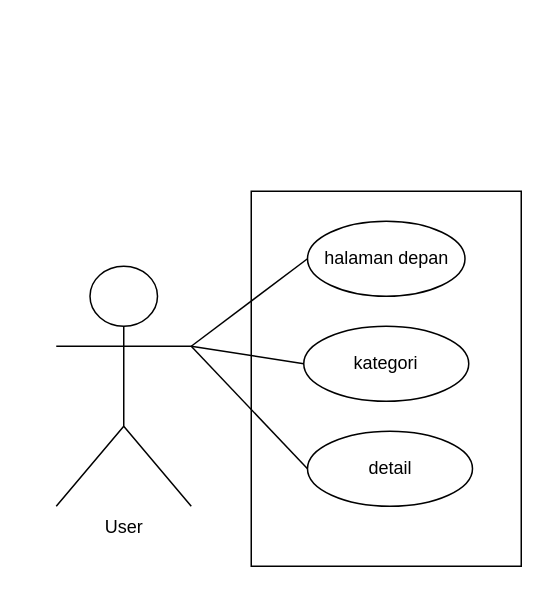
alficlanjr/Landing-page keeps this draw.io diagram as use-case.drawio. Above is the earlier version. Source tidied: cells renumbered, new cells numbered last; positions are measured from the earlier drawing's top-left corner, leaving out a move shared by most shapes. Both pictures are drawn from the tidied source at 150%, with x=0, y=0 at pixel (56, 190).
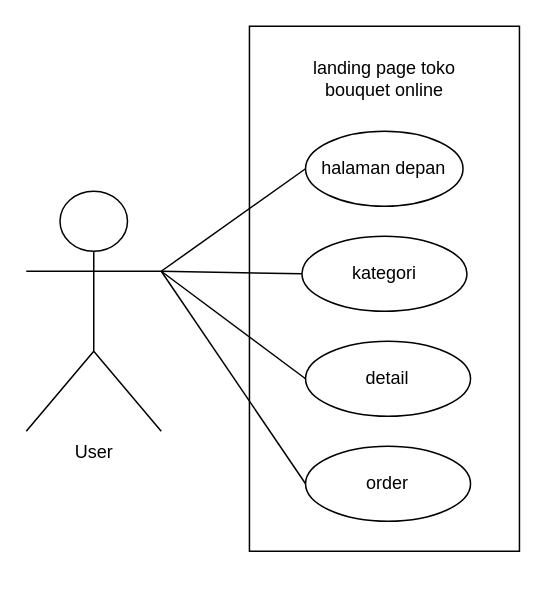
After the change.

What changed in the source:
```diff
@@
 <mxGraphModel>
   <root>
     <mxCell id="0" />
     <mxCell id="1" parent="0" />
     <mxCell id="2" value="User&lt;div&gt;&lt;br&gt;&lt;/div&gt;" style="shape=umlActor;verticalLabelPosition=bottom;verticalAlign=top;html=1;outlineConnect=0;" parent="1" vertex="1">
-      <mxGeometry y="50" width="90" height="160" as="geometry" />
+      <mxGeometry x="-20" width="90" height="160" as="geometry" />
     </mxCell>
     <mxCell id="3" style="rounded=0;whiteSpace=wrap;html=1;" parent="1" vertex="1">
-      <mxGeometry x="130" width="180" height="250" as="geometry" />
+      <mxGeometry x="128.8" y="-110" width="180" height="350" as="geometry" />
     </mxCell>
     <mxCell id="4" value="halaman depan" style="ellipse;whiteSpace=wrap;html=1;" parent="1" vertex="1">
-      <mxGeometry x="167.5" y="20" width="105" height="50" as="geometry" />
+      <mxGeometry x="166.2" y="-40" width="105" height="50" as="geometry" />
     </mxCell>
     <mxCell id="5" value="kategori" style="ellipse;whiteSpace=wrap;html=1;" parent="1" vertex="1">
-      <mxGeometry x="165" y="90" width="110" height="50" as="geometry" />
+      <mxGeometry x="163.8" y="30" width="110" height="50" as="geometry" />
     </mxCell>
     <mxCell id="6" value="detail" style="ellipse;whiteSpace=wrap;html=1;" parent="1" vertex="1">
-      <mxGeometry x="167.5" y="160" width="110" height="50" as="geometry" />
+      <mxGeometry x="166.2" y="100" width="110" height="50" as="geometry" />
     </mxCell>
     <mxCell id="7" style="endArrow=none;html=1;rounded=0;entryX=0;entryY=0.5;entryDx=0;entryDy=0;exitX=1;exitY=0.3333333333333333;exitDx=0;exitDy=0;exitPerimeter=0;" parent="1" edge="1" source="2" target="4">
       <mxGeometry relative="1" as="geometry" />
     </mxCell>
     <mxCell id="8" style="endArrow=none;html=1;rounded=0;entryX=0;entryY=0.5;entryDx=0;entryDy=0;exitX=1;exitY=0.3333333333333333;exitDx=0;exitDy=0;exitPerimeter=0;" parent="1" edge="1" source="2" target="5">
       <mxGeometry relative="1" as="geometry" />
     </mxCell>
     <mxCell id="9" style="endArrow=none;html=1;rounded=0;entryX=0;entryY=0.5;entryDx=0;entryDy=0;exitX=1;exitY=0.3333333333333333;exitDx=0;exitDy=0;exitPerimeter=0;" parent="1" edge="1" source="2" target="6">
       <mxGeometry relative="1" as="geometry" />
     </mxCell>
+    <mxCell id="10" value="order" style="ellipse;whiteSpace=wrap;html=1;" parent="1" vertex="1">
+      <mxGeometry x="166.2" y="170" width="110" height="50" as="geometry" />
+    </mxCell>
+    <mxCell id="11" style="endArrow=none;html=1;rounded=0;exitX=1;exitY=0.3333333333333333;exitDx=0;exitDy=0;exitPerimeter=0;entryX=0;entryY=0.5;entryDx=0;entryDy=0;" parent="1" edge="1" source="2" target="10">
+      <mxGeometry relative="1" as="geometry" />
+    </mxCell>
+    <mxCell id="12" value="landing page toko bouquet online" style="text;html=1;align=center;verticalAlign=middle;whiteSpace=wrap;rounded=0;" parent="1" vertex="1">
+      <mxGeometry x="158.8" y="-90" width="120" height="30" as="geometry" />
+    </mxCell>
   </root>
 </mxGraphModel>
```
